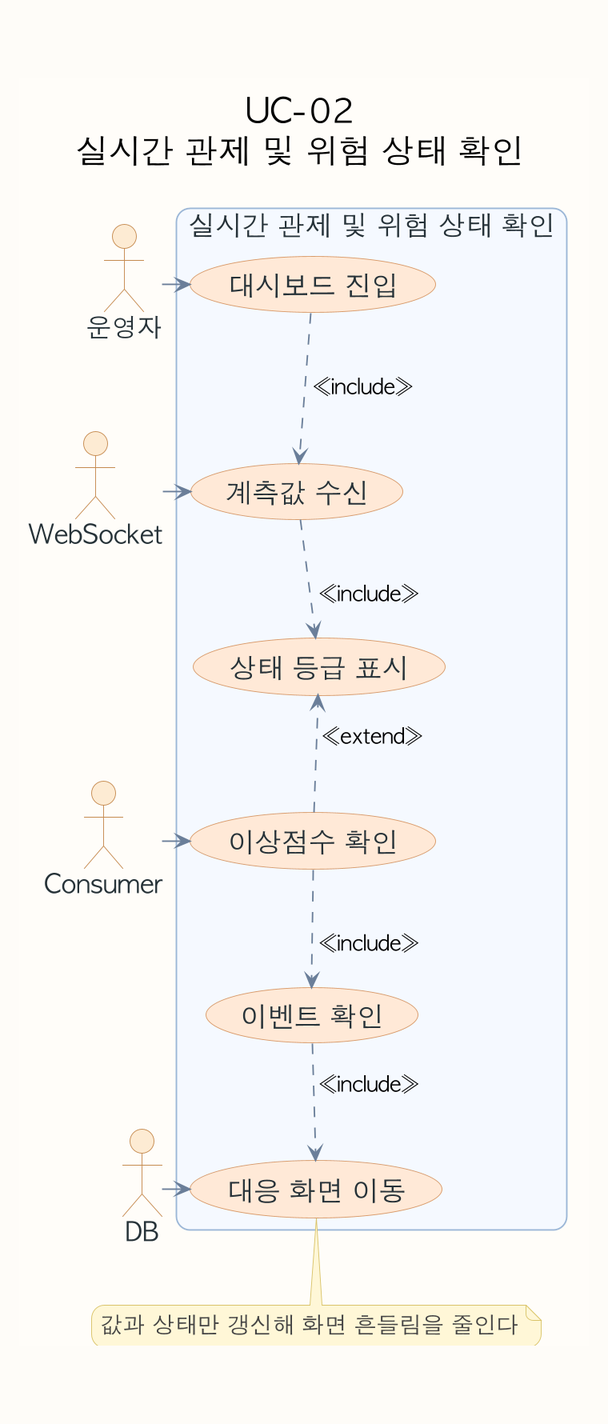
The PlantUML diagram assets/diagrams/usecase/uc-02-usecase.png in ricky30825-creator/BMS, before a commit. Its source is kept beside it as assets/diagrams/usecase/uc-02-usecase.puml.
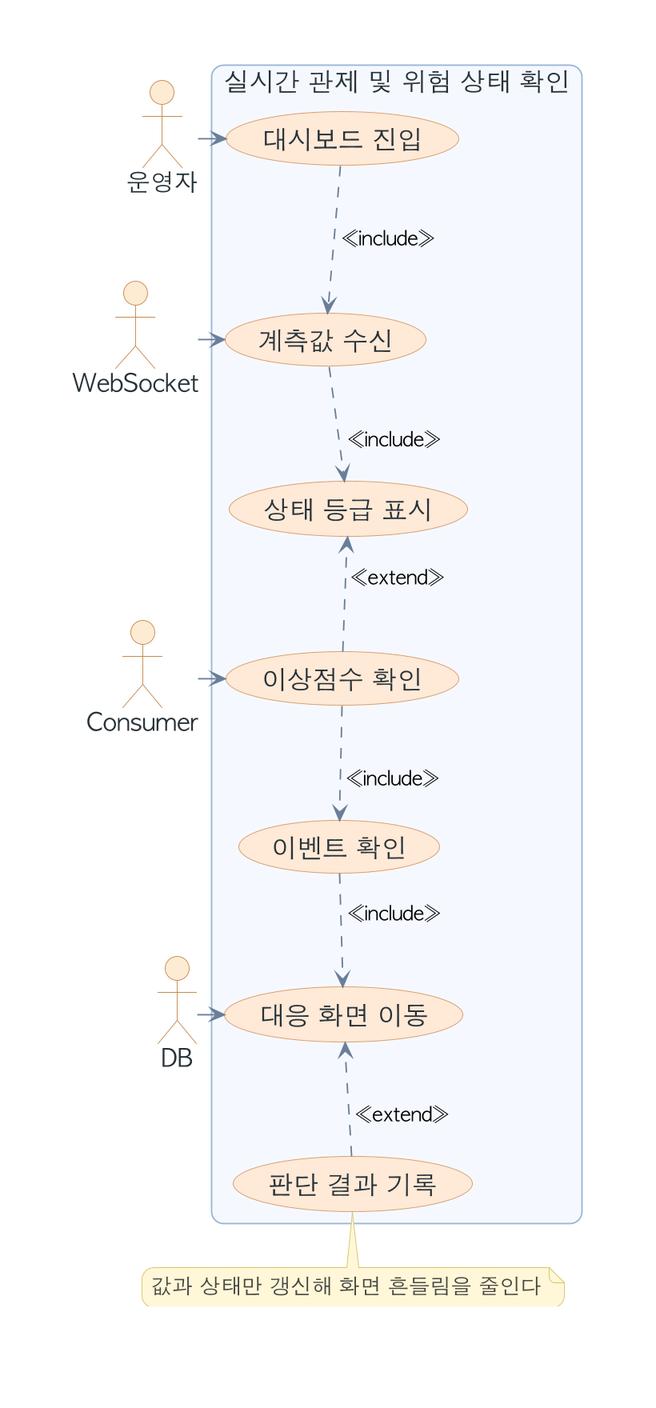
Later version of the same file.

Change to the diagram source:
```diff
@@ -1,16 +1,15 @@
 @startuml
 !pragma layout smetana
-skinparam backgroundColor #FEFCF8
+skinparam backgroundColor transparent
 skinparam shadowing false
 skinparam dpi 180
 skinparam defaultFontName "AppleGothic"
-skinparam defaultFontSize 18
-skinparam TitleFontSize 22
-skinparam ActorFontSize 17
-skinparam UsecaseFontSize 18
-skinparam NoteFontSize 15
-skinparam ArrowFontSize 14
-skinparam roundcorner 18
+skinparam defaultFontSize 17
+skinparam ActorFontSize 16
+skinparam UsecaseFontSize 17
+skinparam NoteFontSize 14
+skinparam ArrowFontSize 13
+skinparam roundcorner 16
 skinparam usecase {
   BackgroundColor #F8FAFC
   BorderColor #8EA7C2
@@ -37,7 +36,6 @@
   BackgroundColor #FFE8D6
   BorderColor #D79A6A
 }
-title UC-02\n실시간 관제 및 위험 상태 확인
 actor "운영자" as A
 actor "WebSocket" as S1
 actor "Consumer" as S2
@@ -49,12 +47,14 @@
   usecase "이상점수 확인" as U4
   usecase "이벤트 확인" as U5
   usecase "대응 화면 이동" as U6
+  usecase "판단 결과 기록" as U7
 }
 U1 -[hidden]down- U2
 U2 -[hidden]down- U3
 U3 -[hidden]down- U4
 U4 -[hidden]down- U5
 U5 -[hidden]down- U6
+U6 -[hidden]down- U7
 A -right-> U1
 S1 -left-> U2
 S2 -left-> U4
@@ -64,7 +64,8 @@
 U4 ..> U3 : <<extend>>
 U4 ..> U5 : <<include>>
 U5 ..> U6 : <<include>>
-note bottom of U6
+U7 ..> U6 : <<extend>>
+note bottom of U7
 값과 상태만 갱신해 화면 흔들림을 줄인다
 end note
 @enduml
```
